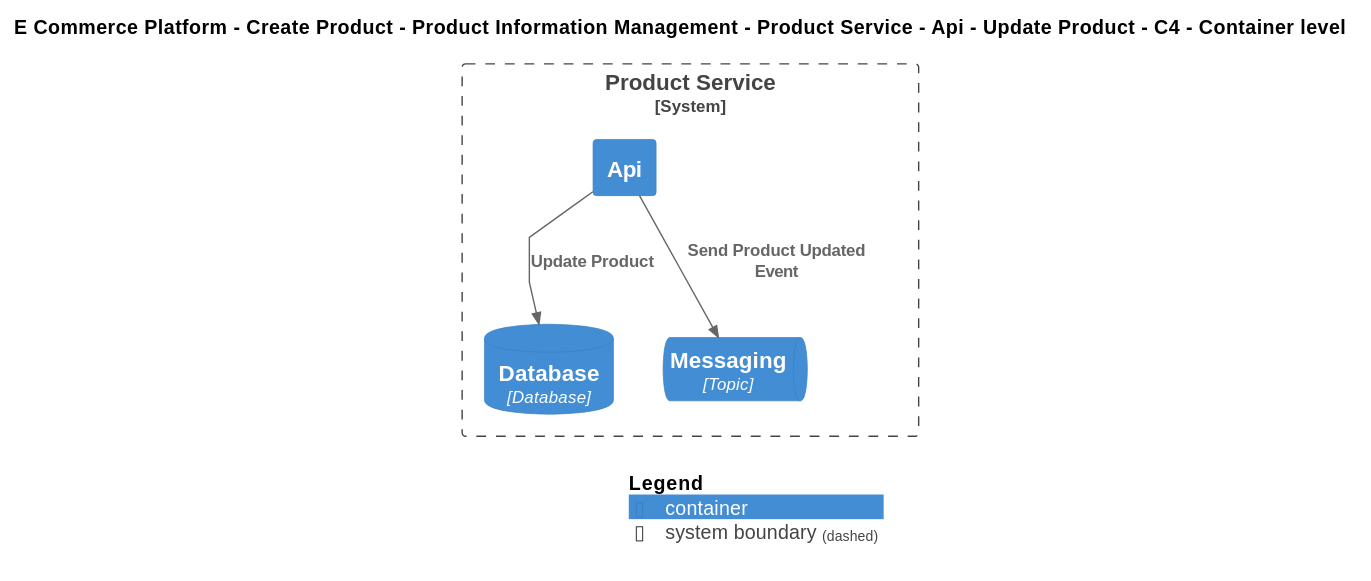
Before: Samples/E-Commerce Platform/Yaml/Diagrams/E Commerce Platform/Create Product/Product Information Management/Software Systems/Product Service/Containers/Api/Interfaces/Update Product/Container - C4.svg, a diagram exported from PlantUML (mnadenysenko/C4InterFlow). The source it was exported from:
```plantuml
@startuml
!include ..\..\..\..\..\..\..\..\..\.c4s\C4_Container.puml

AddElementTag("c4interflow:lifecycle:new", $bgColor=green, $fontColor=#ffffff, $borderColor=green, $shadowing="False")
AddElementTag("c4interflow:lifecycle:changed", $bgColor=orange, $fontColor=#ffffff, $borderColor=orange, $shadowing="False")
AddElementTag("c4interflow:lifecycle:removed", $bgColor=red, $fontColor=#ffffff, $borderColor=red, $shadowing="False")

AddRelTag("c4interflow:lifecycle:new", $textColor=green, $lineColor=green)
AddRelTag("c4interflow:lifecycle:changed", $textColor=orange, $lineColor=orange)
AddRelTag("c4interflow:lifecycle:removed", $textColor=red, $lineColor=red)

SHOW_PERSON_PORTRAIT()
LAYOUT_TOP_DOWN()

skinparam linetype polyline

title E Commerce Platform - Create Product - Product Information Management - Product Service - Api - Update Product - C4 - Container level


System_Boundary(ECommercePlatform.CreateProduct.ProductInformationManagement.SoftwareSystems.ProductService, "Product Service") {
    Container(ECommercePlatform.CreateProduct.ProductInformationManagement.SoftwareSystems.ProductService.Containers.Api, "Api", "", "")
    ContainerDb(ECommercePlatform.CreateProduct.ProductInformationManagement.SoftwareSystems.ProductService.Containers.Database, "Database", "Database", "")
    ContainerQueue(ECommercePlatform.CreateProduct.ProductInformationManagement.SoftwareSystems.ProductService.Containers.Messaging, "Messaging", "Topic", "")
}

Rel(ECommercePlatform.CreateProduct.ProductInformationManagement.SoftwareSystems.ProductService.Containers.Api, ECommercePlatform.CreateProduct.ProductInformationManagement.SoftwareSystems.ProductService.Containers.Database, "Update Product")
Rel(ECommercePlatform.CreateProduct.ProductInformationManagement.SoftwareSystems.ProductService.Containers.Api, ECommercePlatform.CreateProduct.ProductInformationManagement.SoftwareSystems.ProductService.Containers.Messaging, "Send Product Updated Event")


SHOW_LEGEND()
@enduml
```
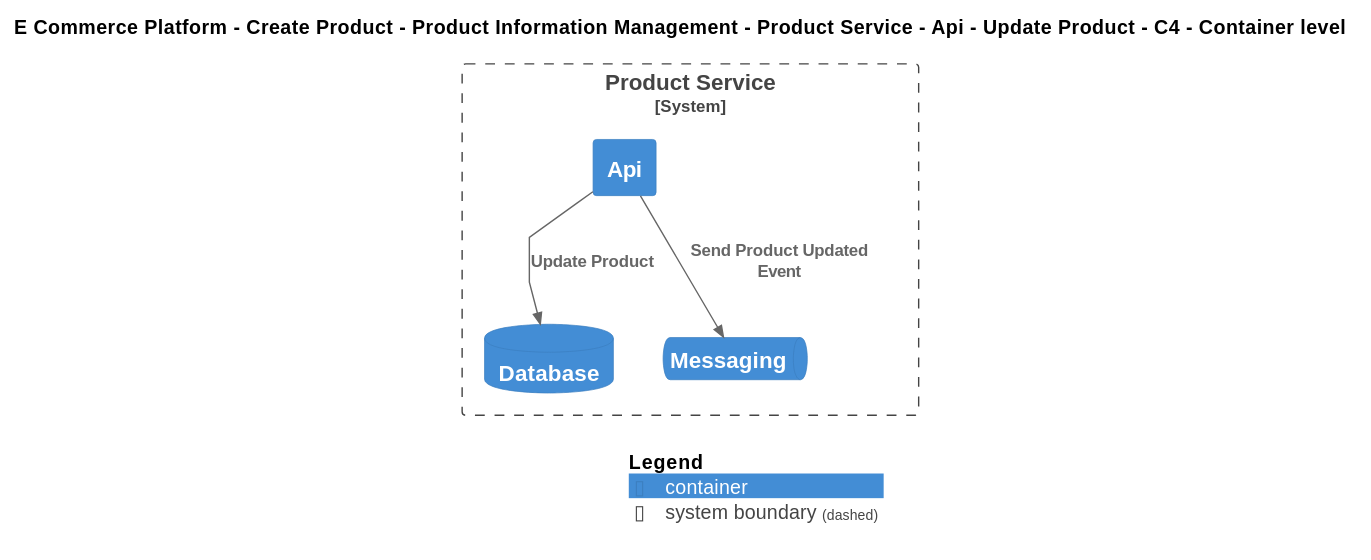
The same diagram one commit later.

What changed in the source:
```diff
@@ -19,8 +19,8 @@
 
 System_Boundary(ECommercePlatform.CreateProduct.ProductInformationManagement.SoftwareSystems.ProductService, "Product Service") {
     Container(ECommercePlatform.CreateProduct.ProductInformationManagement.SoftwareSystems.ProductService.Containers.Api, "Api", "", "")
-    ContainerDb(ECommercePlatform.CreateProduct.ProductInformationManagement.SoftwareSystems.ProductService.Containers.Database, "Database", "Database", "")
-    ContainerQueue(ECommercePlatform.CreateProduct.ProductInformationManagement.SoftwareSystems.ProductService.Containers.Messaging, "Messaging", "Topic", "")
+    ContainerDb(ECommercePlatform.CreateProduct.ProductInformationManagement.SoftwareSystems.ProductService.Containers.Database, "Database", "", "")
+    ContainerQueue(ECommercePlatform.CreateProduct.ProductInformationManagement.SoftwareSystems.ProductService.Containers.Messaging, "Messaging", "", "")
 }
 
 Rel(ECommercePlatform.CreateProduct.ProductInformationManagement.SoftwareSystems.ProductService.Containers.Api, ECommercePlatform.CreateProduct.ProductInformationManagement.SoftwareSystems.ProductService.Containers.Database, "Update Product")
```
